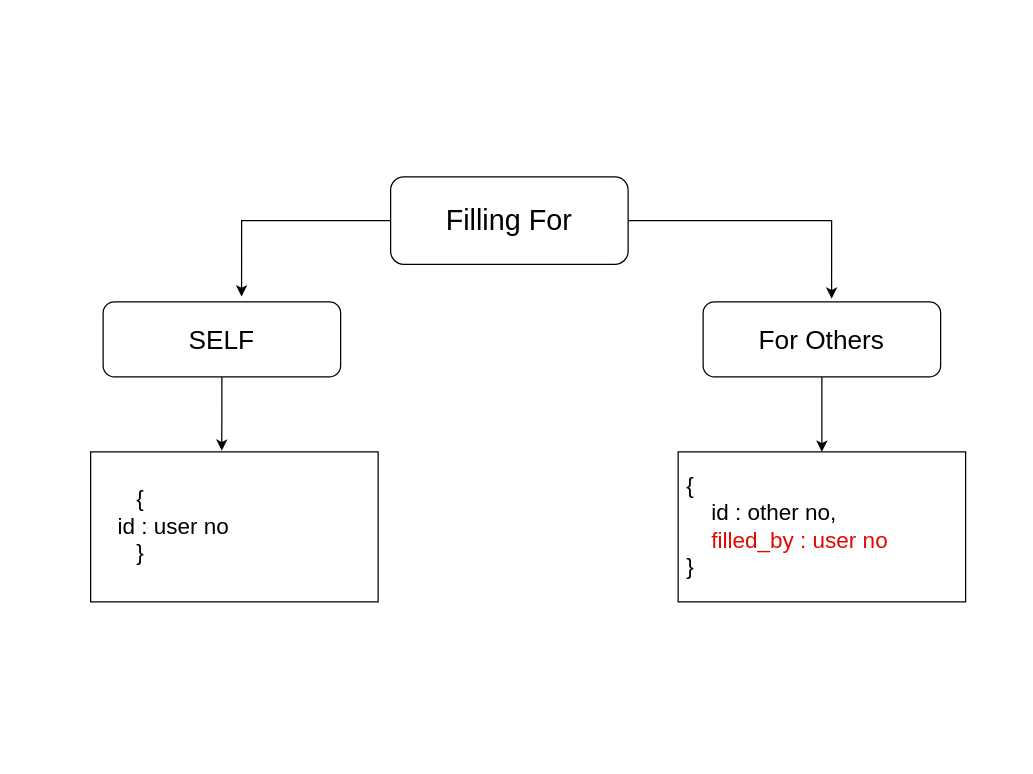
The draw.io diagram Untitled Diagram.drawio in Raj-kar/Daigrams, before the edit. Source tidied: cells renumbered, new cells numbered last; positions are measured from the earlier drawing's top-left corner, leaving out a move shared by most shapes. Both pictures are drawn from the tidied source at 125%, with x=0, y=0 at pixel (90, 176).
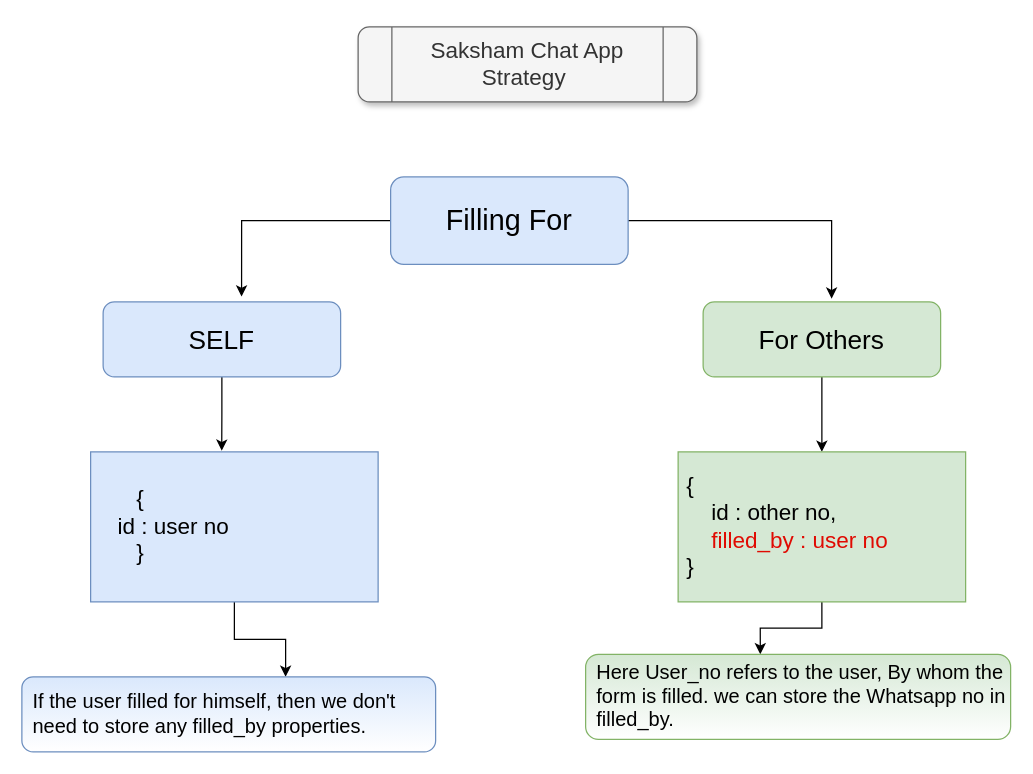
The same page after the edit.

The edit, as a diff of the source:
```diff
@@
 <mxGraphModel>
   <root>
     <mxCell id="0" />
     <mxCell id="1" parent="0" />
     <mxCell id="2" style="edgeStyle=orthogonalEdgeStyle;rounded=0;jettySize=auto;html=1;entryX=0.583;entryY=-0.07;entryDx=0;entryDy=0;entryPerimeter=0;" parent="1" edge="1" source="4" target="6">
       <mxGeometry relative="1" as="geometry" />
     </mxCell>
     <mxCell id="3" style="edgeStyle=orthogonalEdgeStyle;rounded=0;jettySize=auto;html=1;entryX=0.541;entryY=-0.043;entryDx=0;entryDy=0;entryPerimeter=0;" parent="1" edge="1" source="4" target="8">
       <mxGeometry relative="1" as="geometry" />
     </mxCell>
-    <mxCell id="4" value="&lt;font style=&quot;font-size: 23px&quot;&gt;Filling For&lt;/font&gt;" style="rounded=1;whiteSpace=wrap;html=1;" parent="1" vertex="1">
+    <mxCell id="4" value="&lt;font style=&quot;font-size: 23px&quot;&gt;Filling For&lt;/font&gt;" style="rounded=1;whiteSpace=wrap;html=1;fillColor=#dae8fc;strokeColor=#6c8ebf;" parent="1" vertex="1">
       <mxGeometry x="240" width="190" height="70" as="geometry" />
     </mxCell>
     <mxCell id="5" style="edgeStyle=orthogonalEdgeStyle;rounded=0;jettySize=auto;html=1;entryX=0.456;entryY=-0.008;entryDx=0;entryDy=0;entryPerimeter=0;" parent="1" edge="1" source="6" target="9">
       <mxGeometry relative="1" as="geometry" />
     </mxCell>
-    <mxCell id="6" value="&lt;font style=&quot;font-size: 21px&quot;&gt;SELF&lt;/font&gt;" style="rounded=1;whiteSpace=wrap;html=1;" parent="1" vertex="1">
+    <mxCell id="6" value="&lt;font style=&quot;font-size: 21px&quot;&gt;SELF&lt;/font&gt;" style="rounded=1;whiteSpace=wrap;html=1;fillColor=#dae8fc;strokeColor=#6c8ebf;" parent="1" vertex="1">
       <mxGeometry x="10" y="100" width="190" height="60" as="geometry" />
     </mxCell>
     <mxCell id="7" style="edgeStyle=orthogonalEdgeStyle;rounded=0;jettySize=auto;html=1;entryX=0.5;entryY=0;entryDx=0;entryDy=0;" parent="1" edge="1" source="8" target="10">
       <mxGeometry relative="1" as="geometry" />
     </mxCell>
-    <mxCell id="8" value="&lt;font style=&quot;font-size: 21px&quot;&gt;For Others&lt;/font&gt;" style="rounded=1;whiteSpace=wrap;html=1;" parent="1" vertex="1">
+    <mxCell id="8" value="&lt;font style=&quot;font-size: 21px&quot;&gt;For Others&lt;/font&gt;" style="rounded=1;whiteSpace=wrap;html=1;fillColor=#d5e8d4;strokeColor=#82b366;" parent="1" vertex="1">
       <mxGeometry x="490" y="100" width="190" height="60" as="geometry" />
     </mxCell>
+    <mxCell id="11" style="edgeStyle=orthogonalEdgeStyle;rounded=0;jettySize=auto;html=1;" parent="1" edge="1" source="9" target="15">
+      <mxGeometry relative="1" as="geometry">
+        <Array as="points">
+          <mxPoint x="115" y="370" />
+          <mxPoint x="156" y="370" />
+        </Array>
+      </mxGeometry>
+    </mxCell>
-    <mxCell id="9" value="&lt;font style=&quot;font-size: 18px&quot;&gt;&amp;nbsp; &amp;nbsp; &amp;nbsp; &amp;nbsp;{ &lt;br&gt;&lt;span style=&quot;white-space: pre&quot;&gt; &lt;/span&gt;&amp;nbsp; &amp;nbsp;id : user no&lt;br&gt;&amp;nbsp; &amp;nbsp; &amp;nbsp; &amp;nbsp;}&lt;br&gt;&lt;/font&gt;" style="rounded=0;whiteSpace=wrap;html=1;align=left;" parent="1" vertex="1">
+    <mxCell id="9" value="&lt;font style=&quot;font-size: 18px&quot;&gt;&amp;nbsp; &amp;nbsp; &amp;nbsp; &amp;nbsp;{ &lt;br&gt;&lt;span style=&quot;white-space: pre&quot;&gt; &lt;/span&gt;&amp;nbsp; &amp;nbsp;id : user no&lt;br&gt;&amp;nbsp; &amp;nbsp; &amp;nbsp; &amp;nbsp;}&lt;br&gt;&lt;/font&gt;" style="rounded=0;whiteSpace=wrap;html=1;align=left;fillColor=#dae8fc;strokeColor=#6c8ebf;" parent="1" vertex="1">
       <mxGeometry y="220" width="230" height="120" as="geometry" />
     </mxCell>
+    <mxCell id="12" style="edgeStyle=orthogonalEdgeStyle;rounded=0;jettySize=auto;html=1;entryX=0.411;entryY=0;entryDx=0;entryDy=0;entryPerimeter=0;" parent="1" edge="1" source="10" target="14">
+      <mxGeometry relative="1" as="geometry" />
+    </mxCell>
-    <mxCell id="10" value="&lt;font style=&quot;font-size: 18px&quot;&gt;&amp;nbsp; &amp;nbsp; &amp;nbsp; &amp;nbsp;&lt;br&gt;&lt;span style=&quot;white-space: pre&quot;&gt; &lt;/span&gt;{ &lt;br&gt;&lt;span style=&quot;white-space: pre&quot;&gt; &lt;/span&gt;&amp;nbsp; &amp;nbsp; id : other no,&lt;br&gt;&lt;span style=&quot;white-space: pre&quot;&gt; &lt;/span&gt;&amp;nbsp; &amp;nbsp; &lt;font color=&quot;#e00a02&quot;&gt;filled_by : user no&lt;/font&gt;&lt;br&gt;&lt;span style=&quot;white-space: pre&quot;&gt; &lt;/span&gt;}&lt;br&gt;&lt;br&gt;&lt;/font&gt;" style="rounded=0;whiteSpace=wrap;html=1;align=left;" parent="1" vertex="1">
+    <mxCell id="10" value="&lt;font style=&quot;font-size: 18px&quot;&gt;&amp;nbsp; &amp;nbsp; &amp;nbsp; &amp;nbsp;&lt;br&gt;&lt;span style=&quot;white-space: pre&quot;&gt; &lt;/span&gt;{ &lt;br&gt;&lt;span style=&quot;white-space: pre&quot;&gt; &lt;/span&gt;&amp;nbsp; &amp;nbsp; id : other no,&lt;br&gt;&lt;span style=&quot;white-space: pre&quot;&gt; &lt;/span&gt;&amp;nbsp; &amp;nbsp; &lt;font color=&quot;#e00a02&quot;&gt;filled_by : user no&lt;/font&gt;&lt;br&gt;&lt;span style=&quot;white-space: pre&quot;&gt; &lt;/span&gt;}&lt;br&gt;&lt;br&gt;&lt;/font&gt;" style="rounded=0;whiteSpace=wrap;html=1;align=left;fillColor=#d5e8d4;strokeColor=#82b366;" parent="1" vertex="1">
       <mxGeometry x="470" y="220" width="230" height="120" as="geometry" />
     </mxCell>
+    <mxCell id="13" value="&lt;font style=&quot;font-size: 18px&quot;&gt;Saksham Chat App&lt;br&gt;Strategy&amp;nbsp;&lt;br&gt;&lt;/font&gt;" style="shape=process;whiteSpace=wrap;html=1;backgroundOutline=1;fillColor=#f5f5f5;strokeColor=#666666;fontColor=#333333;glass=0;shadow=1;rounded=1;" parent="1" vertex="1">
+      <mxGeometry x="214" y="-120" width="271" height="60" as="geometry" />
+    </mxCell>
+    <mxCell id="14" value="&lt;blockquote style=&quot;margin: 0 0 0 40px ; border: none ; padding: 0px&quot;&gt;&lt;/blockquote&gt;&lt;blockquote style=&quot;margin: 0 0 0 40px ; border: none ; padding: 0px&quot;&gt;&lt;/blockquote&gt;&lt;span style=&quot;font-size: 16px&quot;&gt;Here User_no refers to the user, By whom&amp;nbsp;&lt;/span&gt;&lt;font style=&quot;font-size: 16px&quot;&gt;the form is filled. we can store the Whatsapp no in filled_by.&lt;/font&gt;" style="rounded=1;whiteSpace=wrap;html=1;align=left;fillColor=#d5e8d4;padding=3;shadow=0;strokeWidth=1;imageAspect=1;labelPadding=72;noLabel=0;spacingTop=1;spacingLeft=7;spacingBottom=3;strokeColor=#82b366;gradientColor=#ffffff;" parent="1" vertex="1">
+      <mxGeometry x="396" y="382" width="340" height="68" as="geometry" />
+    </mxCell>
+    <mxCell id="15" value="&lt;blockquote style=&quot;margin: 0 0 0 40px ; border: none ; padding: 0px&quot;&gt;&lt;/blockquote&gt;&lt;blockquote style=&quot;margin: 0 0 0 40px ; border: none ; padding: 0px&quot;&gt;&lt;/blockquote&gt;&lt;span style=&quot;font-size: 16px&quot;&gt;If the user filled for himself, then we don't need to store any filled_by properties.&lt;/span&gt;" style="rounded=1;whiteSpace=wrap;html=1;align=left;fillColor=#dae8fc;padding=3;shadow=0;strokeWidth=1;imageAspect=1;labelPadding=72;noLabel=0;spacingTop=1;spacingLeft=7;spacingBottom=3;strokeColor=#6c8ebf;gradientColor=#ffffff;" parent="1" vertex="1">
+      <mxGeometry x="-55" y="400" width="331" height="60" as="geometry" />
+    </mxCell>
   </root>
 </mxGraphModel>
```
